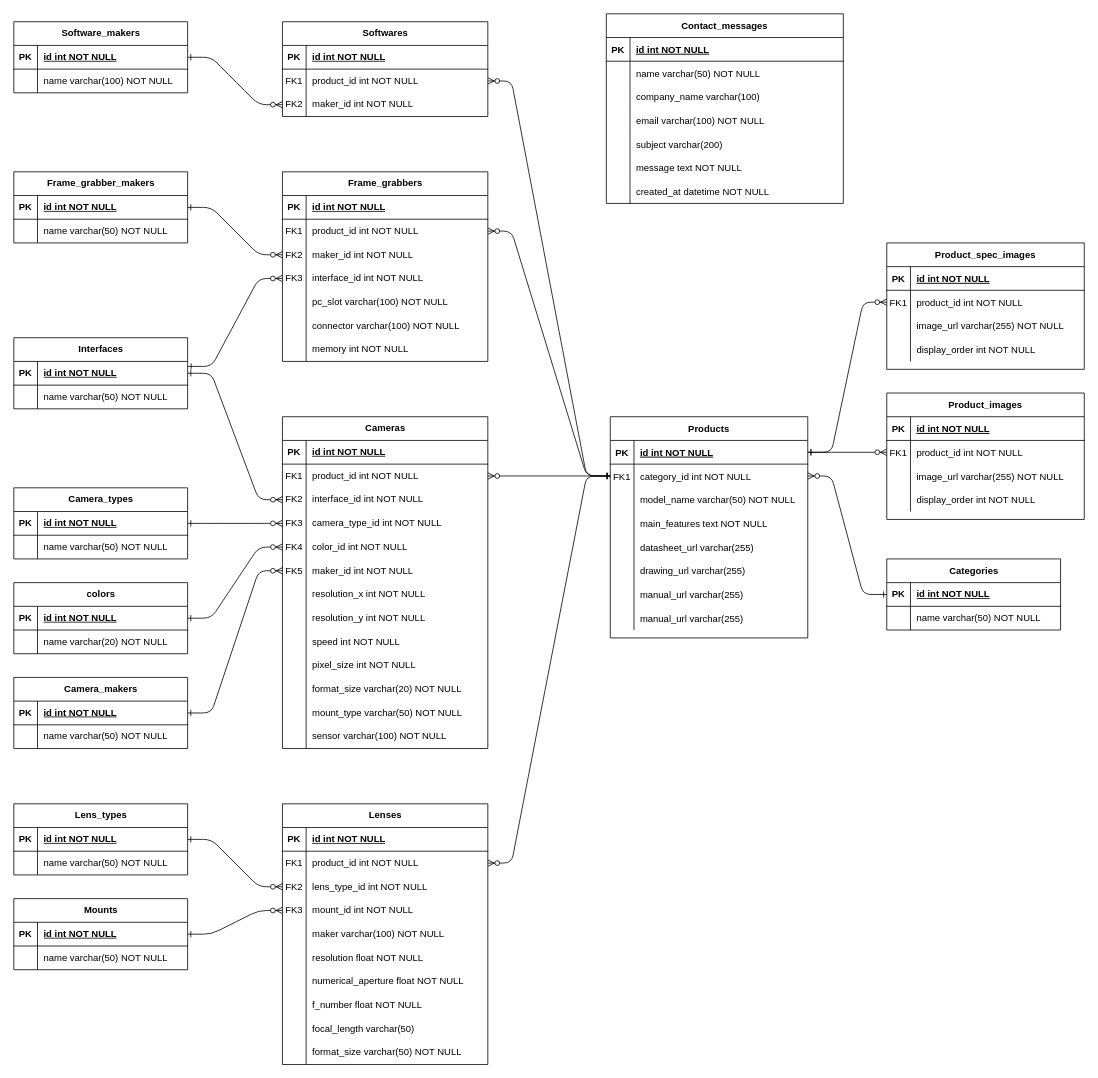
Before: er-diagram.drawio in hyeonjun-L/humming-vision, a draw.io diagram. Source tidied: cells renumbered, new cells numbered last; positions are measured from the earlier drawing's top-left corner, leaving out a move shared by most shapes. Both pictures are drawn from the tidied source at 79%, with x=0, y=0 at pixel (13, 13).
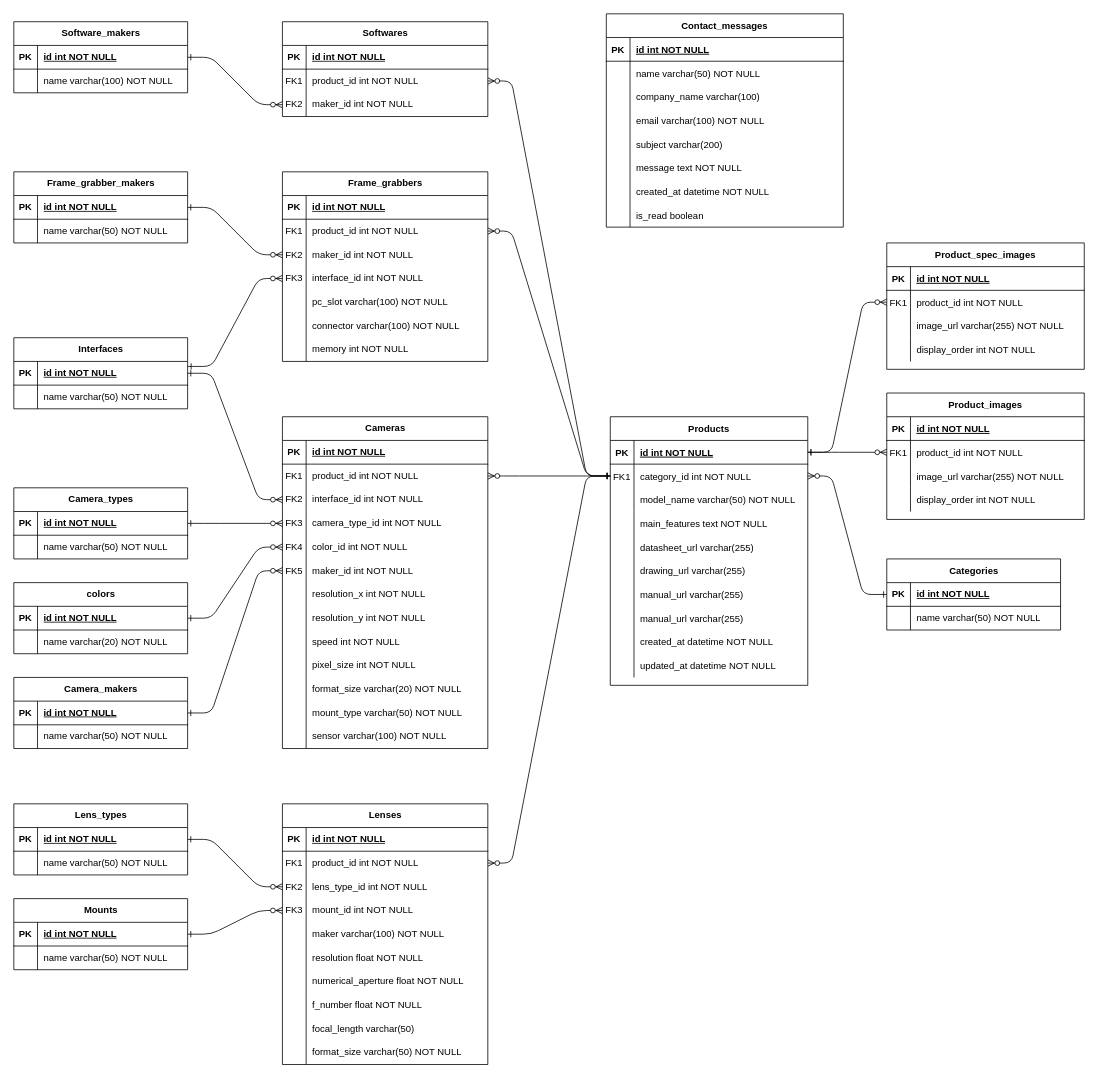
After the change.

The edit, as a diff of the source:
```diff
@@
     <mxCell id="17" value="Products" style="shape=table;startSize=30;childLayout=tableLayout;rowLines=0;fontStyle=1;align=center;" parent="1" vertex="1">
-      <mxGeometry x="755" y="510" width="250" height="280" as="geometry" />
+      <mxGeometry x="755" y="510" width="250" height="340" as="geometry" />
     </mxCell>
@@
+    <mxCell id="257" style="shape=partialRectangle;fillColor=none;top=0;left=0;right=0;bottom=0;" parent="17" vertex="1">
+      <mxGeometry y="270" width="250" height="30" as="geometry" />
+    </mxCell>
+    <mxCell id="258" style="shape=partialRectangle;overflow=hidden;fillColor=none;top=0;left=0;bottom=0;right=0;" parent="257" vertex="1">
+      <mxGeometry width="30" height="30" as="geometry" />
+    </mxCell>
+    <mxCell id="259" value="created_at datetime NOT NULL" style="shape=partialRectangle;overflow=hidden;fillColor=none;top=0;left=0;bottom=0;right=0;align=left;spacingLeft=6;" parent="257" vertex="1">
+      <mxGeometry x="30" width="220" height="30" as="geometry" />
+    </mxCell>
+    <mxCell id="260" style="shape=partialRectangle;fillColor=none;top=0;left=0;right=0;bottom=0;" parent="17" vertex="1">
+      <mxGeometry y="300" width="250" height="30" as="geometry" />
+    </mxCell>
+    <mxCell id="261" style="shape=partialRectangle;overflow=hidden;fillColor=none;top=0;left=0;bottom=0;right=0;" parent="260" vertex="1">
+      <mxGeometry width="30" height="30" as="geometry" />
+    </mxCell>
+    <mxCell id="262" value="updated_at datetime NOT NULL" style="shape=partialRectangle;overflow=hidden;fillColor=none;top=0;left=0;bottom=0;right=0;align=left;spacingLeft=6;" parent="260" vertex="1">
+      <mxGeometry x="30" width="220" height="30" as="geometry" />
+    </mxCell>
@@
     <mxCell id="235" value="Contact_messages" style="shape=table;startSize=30;childLayout=tableLayout;rowLines=0;fontStyle=1;align=center;" parent="1" vertex="1">
-      <mxGeometry x="750" width="300" height="240" as="geometry" />
+      <mxGeometry x="750" width="300" height="270" as="geometry" />
     </mxCell>
@@
+    <mxCell id="263" style="shape=partialRectangle;fillColor=none;top=0;left=0;right=0;bottom=0;" parent="235" vertex="1">
+      <mxGeometry y="240" width="300" height="30" as="geometry" />
+    </mxCell>
+    <mxCell id="264" style="shape=partialRectangle;overflow=hidden;fillColor=none;top=0;left=0;bottom=0;right=0;" parent="263" vertex="1">
+      <mxGeometry width="30" height="30" as="geometry" />
+    </mxCell>
+    <mxCell id="265" value="is_read boolean" style="shape=partialRectangle;overflow=hidden;fillColor=none;top=0;left=0;bottom=0;right=0;align=left;spacingLeft=6;" parent="263" vertex="1">
+      <mxGeometry x="30" width="270" height="30" as="geometry" />
+    </mxCell>
```
